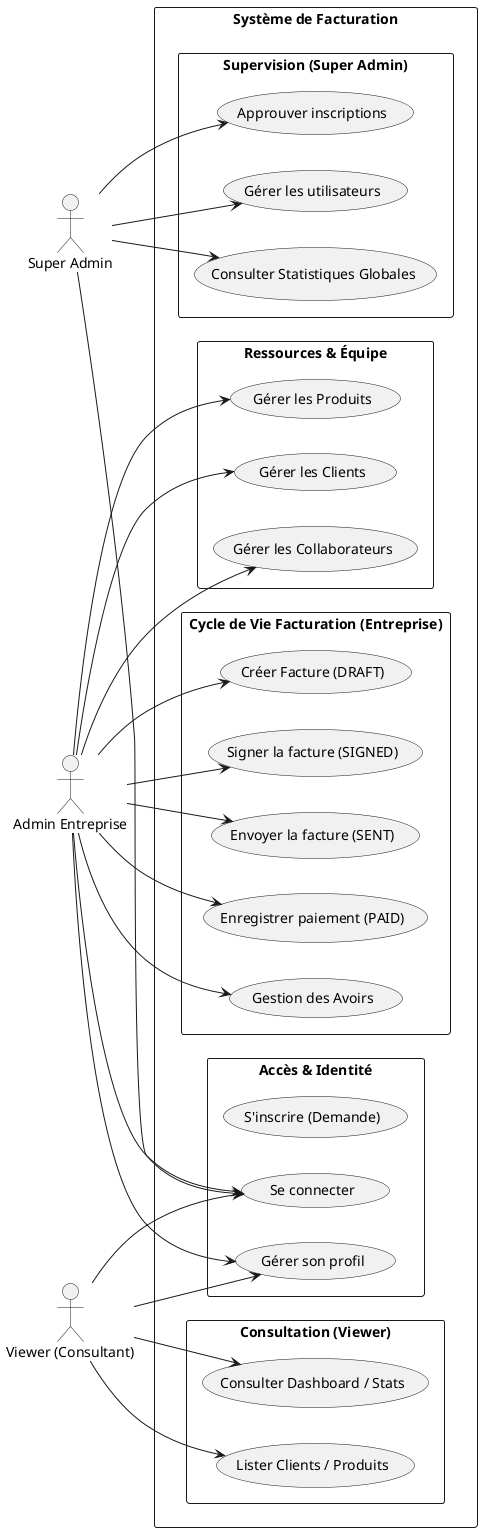
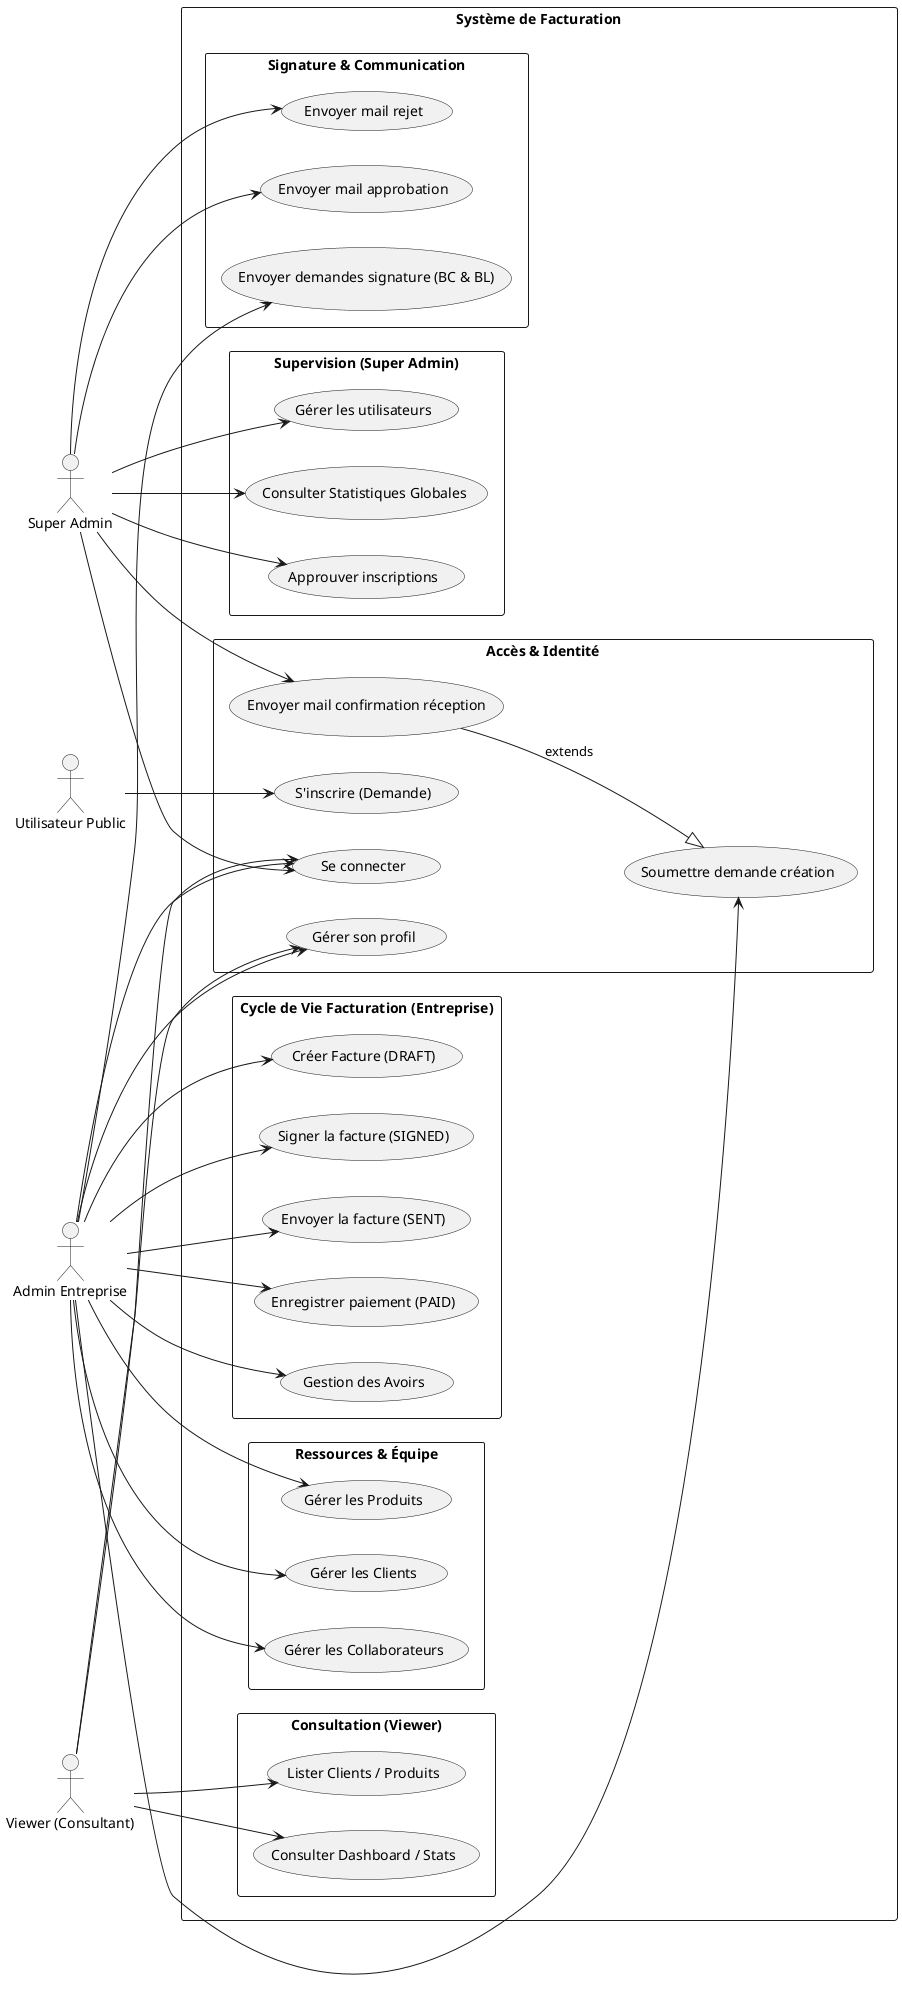
@startuml "Use Case Diagram - Facturation App"

left to right direction
skinparam packageStyle rectangle

' Acteurs demandés par l'utilisateur
actor "Super Admin" as SuperAdmin
actor "Admin Entreprise" as EntAdmin
actor "Viewer (Consultant)" as Viewer
+ actor "Utilisateur Public" as PublicUser

rectangle "Système de Facturation" {

    package "Accès & Identité" {
        usecase "S'inscrire (Demande)" as UC_Register
        usecase "Se connecter" as UC_Login
        usecase "Gérer son profil" as UC_Profile
+         usecase "Soumettre demande création" as UC_SubmitRequest
+         usecase "Envoyer mail confirmation réception" as UC_SendConfirmMail
    }

    package "Cycle de Vie Facturation (Entreprise)" {
        usecase "Créer Facture (DRAFT)" as UC_Draft
        usecase "Signer la facture (SIGNED)" as UC_SignFact
        usecase "Envoyer la facture (SENT)" as UC_SendFact
        usecase "Enregistrer paiement (PAID)" as UC_Paid
        usecase "Gestion des Avoirs" as UC_Avoirs
    }

    package "Ressources & Équipe" {
        usecase "Gérer les Produits" as UC_Products
        usecase "Gérer les Clients" as UC_Clients
        usecase "Gérer les Collaborateurs" as UC_Team
    }

    package "Supervision (Super Admin)" {
        usecase "Approuver inscriptions" as UC_ApproveReq
        usecase "Gérer les utilisateurs" as UC_ManageUsers
        usecase "Consulter Statistiques Globales" as UC_StatsGlobal
    }

    package "Consultation (Viewer)" {
        usecase "Consulter Dashboard / Stats" as UC_ViewStats
        usecase "Lister Clients / Produits" as UC_ViewList
    }
+ 
+     package "Signature & Communication" {
+         usecase "Envoyer demandes signature (BC & BL)" as UC_SendSignReq
+         usecase "Envoyer mail rejet" as UC_SendReject
+         usecase "Envoyer mail approbation" as UC_SendApprove
+     }
}

' Liens Super Admin
SuperAdmin --> UC_ApproveReq
SuperAdmin --> UC_ManageUsers
SuperAdmin --> UC_StatsGlobal
SuperAdmin --> UC_Login
+ SuperAdmin --> UC_SendReject
+ SuperAdmin --> UC_SendApprove
+ SuperAdmin --> UC_SendConfirmMail

' Liens Entreprise Admin
EntAdmin --> UC_Login
EntAdmin --> UC_Profile
EntAdmin --> UC_Draft
EntAdmin --> UC_SignFact
EntAdmin --> UC_SendFact
EntAdmin --> UC_Paid
EntAdmin --> UC_Avoirs
EntAdmin --> UC_Products
EntAdmin --> UC_Clients
EntAdmin --> UC_Team
+ EntAdmin --> UC_SendSignReq
+ EntAdmin --> UC_SubmitRequest

' Liens Viewer
Viewer --> UC_Login
Viewer --> UC_ViewStats
Viewer --> UC_ViewList
Viewer --> UC_Profile

+ ' Liens Utilisateur Public
+ PublicUser --> UC_Register
+ 
+ ' Relations d'extension
+ UC_SendConfirmMail --|> UC_SubmitRequest : extends
+ 
@enduml
